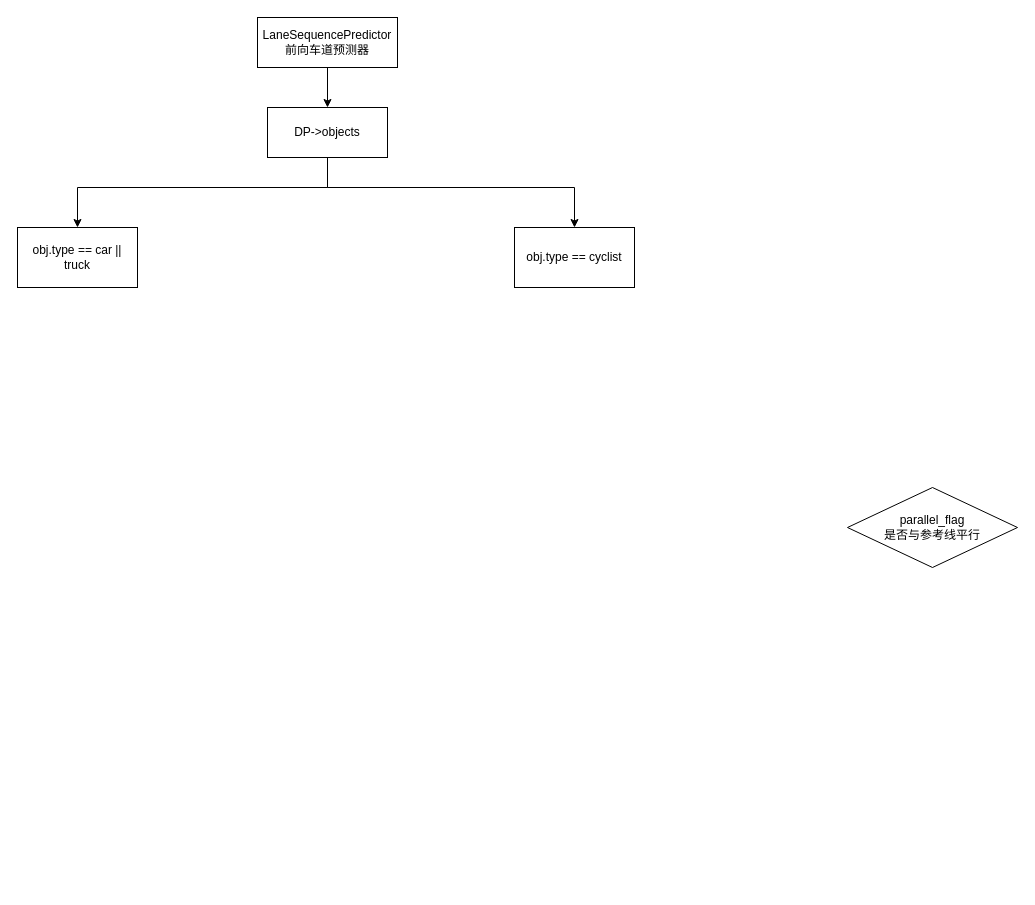
Earlier version of the draw.io diagram prediction5.drawio (geerniya/draw_io). Source tidied: cells renumbered, new cells numbered last; positions are measured from the earlier drawing's top-left corner, leaving out a move shared by most shapes. Both pictures are drawn from the tidied source at 100%, with x=0, y=0 at pixel (17, 17).
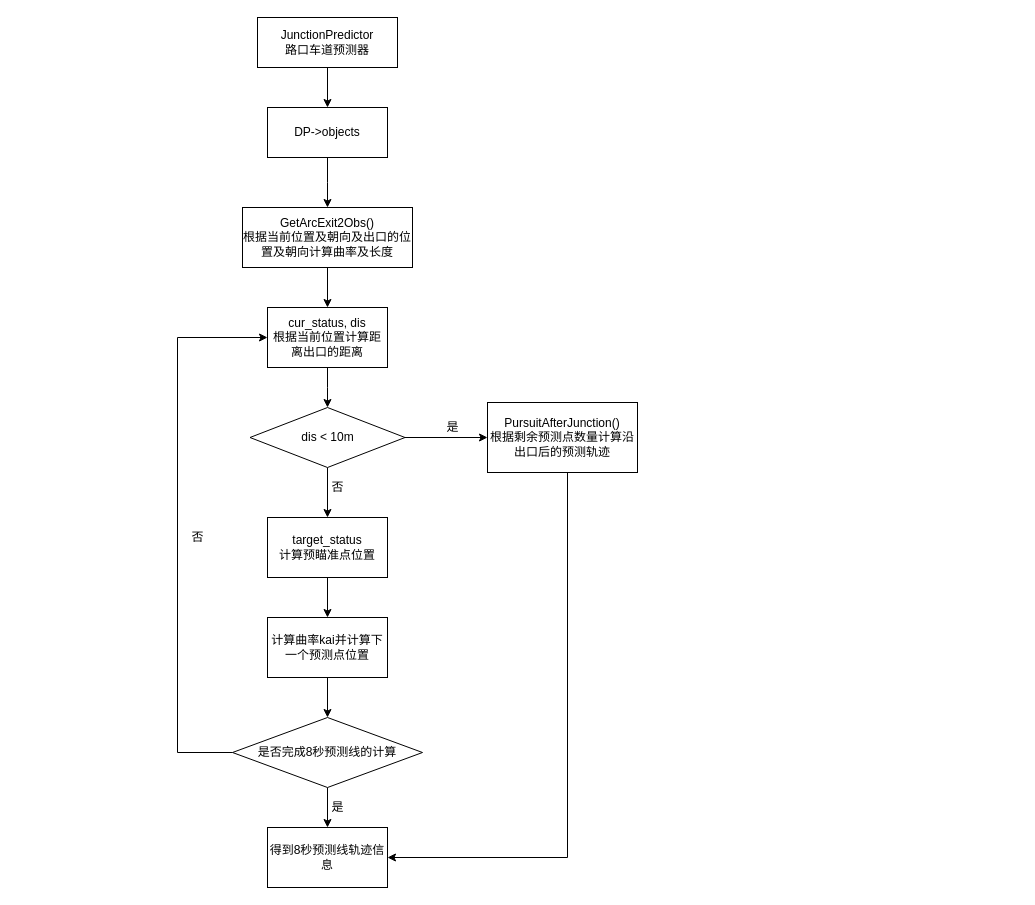
Above is the later version.

The change refers to these unchanged cells:
```xml
<mxCell id="6" value="DP-&amp;gt;objects" style="whiteSpace=wrap;html=1;rounded=0;" parent="1" vertex="1">
  <mxGeometry x="250" y="90" width="120" height="50" as="geometry" />
</mxCell>
```

The edit, as a diff of the source:
```diff
@@
-    <mxCell id="3" value="&lt;div&gt;LaneSequencePredictor&lt;/div&gt;&lt;div&gt;前向车道预测器&lt;br&gt;&lt;/div&gt;" style="rounded=0;whiteSpace=wrap;html=1;" parent="1" vertex="1">
+    <mxCell id="3" value="&lt;div&gt;JunctionPredictor&lt;/div&gt;&lt;div&gt;路口车道预测器&lt;br&gt;&lt;/div&gt;" style="rounded=0;whiteSpace=wrap;html=1;" parent="1" vertex="1">
       <mxGeometry x="240" width="140" height="50" as="geometry" />
     </mxCell>
-    <mxCell id="4" style="edgeStyle=orthogonalEdgeStyle;rounded=0;jettySize=auto;html=1;entryX=0.5;entryY=0;entryDx=0;entryDy=0;" parent="1" edge="1" source="6" target="8">
-      <mxGeometry relative="1" as="geometry">
-        <Array as="points">
-          <mxPoint x="310" y="170" />
-          <mxPoint x="60" y="170" />
-        </Array>
-      </mxGeometry>
-    </mxCell>
-    <mxCell id="5" style="edgeStyle=orthogonalEdgeStyle;rounded=0;jettySize=auto;html=1;entryX=0.5;entryY=0;entryDx=0;entryDy=0;" parent="1" edge="1" source="6" target="9">
-      <mxGeometry relative="1" as="geometry">
-        <Array as="points">
-          <mxPoint x="310" y="170" />
-          <mxPoint x="557" y="170" />
-        </Array>
-      </mxGeometry>
-    </mxCell>
+    <mxCell id="10" style="edgeStyle=orthogonalEdgeStyle;rounded=0;jettySize=auto;html=1;" parent="1" edge="1" source="6">
+      <mxGeometry relative="1" as="geometry">
+        <mxPoint x="310" y="190" as="targetPoint" />
+      </mxGeometry>
+    </mxCell>
@@
-    <mxCell id="7" value="&lt;div&gt;parallel_flag&lt;/div&gt;&lt;div&gt;是否与参考线平行&lt;br&gt;&lt;/div&gt;" style="rhombus;whiteSpace=wrap;html=1;" parent="1" vertex="1">
-      <mxGeometry x="830" y="470" width="170" height="80" as="geometry" />
-    </mxCell>
-    <mxCell id="8" value="obj.type == car || truck" style="rounded=0;whiteSpace=wrap;html=1;" parent="1" vertex="1">
-      <mxGeometry y="210" width="120" height="60" as="geometry" />
-    </mxCell>
-    <mxCell id="9" value="obj.type == cyclist" style="rounded=0;whiteSpace=wrap;html=1;" parent="1" vertex="1">
-      <mxGeometry x="497" y="210" width="120" height="60" as="geometry" />
-    </mxCell>
+    <mxCell id="11" style="edgeStyle=orthogonalEdgeStyle;rounded=0;jettySize=auto;html=1;" parent="1" edge="1" source="12" target="14">
+      <mxGeometry relative="1" as="geometry" />
+    </mxCell>
+    <mxCell id="12" value="&lt;div&gt;GetArcExit2Obs()&lt;/div&gt;&lt;div&gt;根据当前位置及朝向及出口的位置及朝向计算曲率及长度&lt;br&gt;&lt;/div&gt;" style="whiteSpace=wrap;html=1;rounded=0;" parent="1" vertex="1">
+      <mxGeometry x="225" y="190" width="170" height="60" as="geometry" />
+    </mxCell>
+    <mxCell id="13" style="edgeStyle=orthogonalEdgeStyle;rounded=0;jettySize=auto;html=1;" parent="1" edge="1" source="14">
+      <mxGeometry relative="1" as="geometry">
+        <mxPoint x="310" y="390" as="targetPoint" />
+      </mxGeometry>
+    </mxCell>
+    <mxCell id="14" value="&lt;div&gt;cur_status, dis&lt;/div&gt;&lt;div&gt;根据当前位置计算距离出口的距离&lt;br&gt;&lt;/div&gt;" style="whiteSpace=wrap;html=1;rounded=0;" parent="1" vertex="1">
+      <mxGeometry x="250" y="290" width="120" height="60" as="geometry" />
+    </mxCell>
+    <mxCell id="15" style="edgeStyle=orthogonalEdgeStyle;rounded=0;jettySize=auto;html=1;" parent="1" edge="1" source="17" target="19">
+      <mxGeometry relative="1" as="geometry" />
+    </mxCell>
+    <mxCell id="16" style="edgeStyle=orthogonalEdgeStyle;rounded=0;jettySize=auto;html=1;" parent="1" edge="1" source="17" target="22">
+      <mxGeometry relative="1" as="geometry" />
+    </mxCell>
+    <mxCell id="17" value="dis &amp;lt; 10m" style="rhombus;whiteSpace=wrap;html=1;" parent="1" vertex="1">
+      <mxGeometry x="232.5" y="390" width="155" height="60" as="geometry" />
+    </mxCell>
+    <mxCell id="18" style="edgeStyle=orthogonalEdgeStyle;rounded=0;jettySize=auto;html=1;" parent="1" edge="1" source="19" target="25">
+      <mxGeometry relative="1" as="geometry" />
+    </mxCell>
+    <mxCell id="19" value="&lt;div&gt;target_status&lt;/div&gt;&lt;div&gt;计算预瞄准点位置&lt;br&gt;&lt;/div&gt;" style="whiteSpace=wrap;html=1;" parent="1" vertex="1">
+      <mxGeometry x="250" y="500" width="120" height="60" as="geometry" />
+    </mxCell>
+    <mxCell id="20" value="否" style="text;html=1;align=center;verticalAlign=middle;strokeColor=none;fillColor=none;" parent="1" vertex="1">
+      <mxGeometry x="305" y="460" width="30" height="20" as="geometry" />
+    </mxCell>
+    <mxCell id="21" style="edgeStyle=orthogonalEdgeStyle;rounded=0;jettySize=auto;html=1;entryX=1;entryY=0.5;entryDx=0;entryDy=0;" parent="1" edge="1" source="22" target="30">
+      <mxGeometry relative="1" as="geometry">
+        <Array as="points">
+          <mxPoint x="550" y="840" />
+        </Array>
+      </mxGeometry>
+    </mxCell>
+    <mxCell id="22" value="&lt;div&gt;PursuitAfterJunction()&lt;br&gt;&lt;/div&gt;&lt;div&gt;根据剩余预测点数量计算沿出口后的预测轨迹&lt;/div&gt;" style="whiteSpace=wrap;html=1;" parent="1" vertex="1">
+      <mxGeometry x="470" y="385" width="150" height="70" as="geometry" />
+    </mxCell>
+    <mxCell id="23" value="是" style="text;html=1;align=center;verticalAlign=middle;strokeColor=none;fillColor=none;" parent="1" vertex="1">
+      <mxGeometry x="420" y="400" width="30" height="20" as="geometry" />
+    </mxCell>
+    <mxCell id="24" style="edgeStyle=orthogonalEdgeStyle;rounded=0;jettySize=auto;html=1;" parent="1" edge="1" source="25" target="28">
+      <mxGeometry relative="1" as="geometry" />
+    </mxCell>
+    <mxCell id="25" value="计算曲率kai并计算下一个预测点位置" style="whiteSpace=wrap;html=1;" parent="1" vertex="1">
+      <mxGeometry x="250" y="600" width="120" height="60" as="geometry" />
+    </mxCell>
+    <mxCell id="26" style="edgeStyle=orthogonalEdgeStyle;rounded=0;jettySize=auto;html=1;entryX=0;entryY=0.5;entryDx=0;entryDy=0;" parent="1" edge="1" source="28" target="14">
+      <mxGeometry relative="1" as="geometry">
+        <Array as="points">
+          <mxPoint x="160" y="735" />
+          <mxPoint x="160" y="320" />
+        </Array>
+      </mxGeometry>
+    </mxCell>
+    <mxCell id="27" style="edgeStyle=orthogonalEdgeStyle;rounded=0;jettySize=auto;html=1;" parent="1" edge="1" source="28" target="30">
+      <mxGeometry relative="1" as="geometry" />
+    </mxCell>
+    <mxCell id="28" value="是否完成8秒预测线的计算" style="rhombus;whiteSpace=wrap;html=1;" parent="1" vertex="1">
+      <mxGeometry x="215" y="700" width="190" height="70" as="geometry" />
+    </mxCell>
+    <mxCell id="29" value="否" style="text;html=1;align=center;verticalAlign=middle;strokeColor=none;fillColor=none;" parent="1" vertex="1">
+      <mxGeometry x="165" y="510" width="30" height="20" as="geometry" />
+    </mxCell>
+    <mxCell id="30" value="得到8秒预测线轨迹信息" style="whiteSpace=wrap;html=1;" parent="1" vertex="1">
+      <mxGeometry x="250" y="810" width="120" height="60" as="geometry" />
+    </mxCell>
+    <mxCell id="31" value="是" style="text;html=1;align=center;verticalAlign=middle;strokeColor=none;fillColor=none;" parent="1" vertex="1">
+      <mxGeometry x="305" y="780" width="30" height="20" as="geometry" />
+    </mxCell>
```
